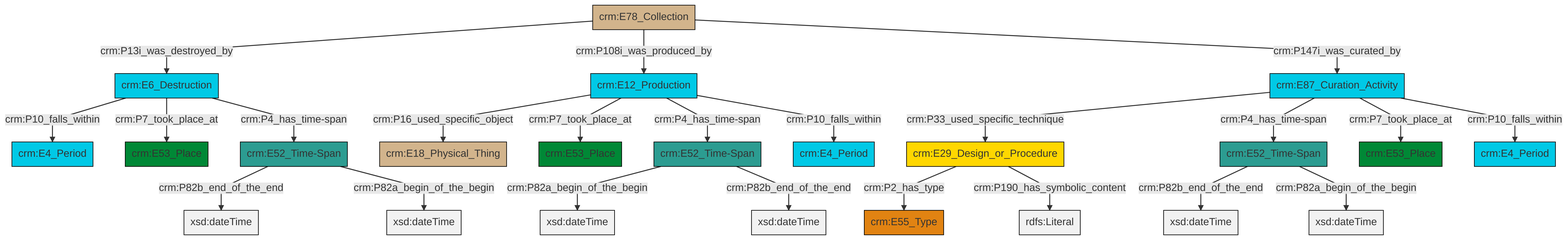
swiss-art-research-net/docs.swissartresearch keeps this Mermaid diagram as et/archivalCSV/ttl/mmd/png/archival_existence.png. Above is the earlier version. Its source is kept beside it as et/archivalCSV/ttl/mmd/archival_existence.ttl.mmd.
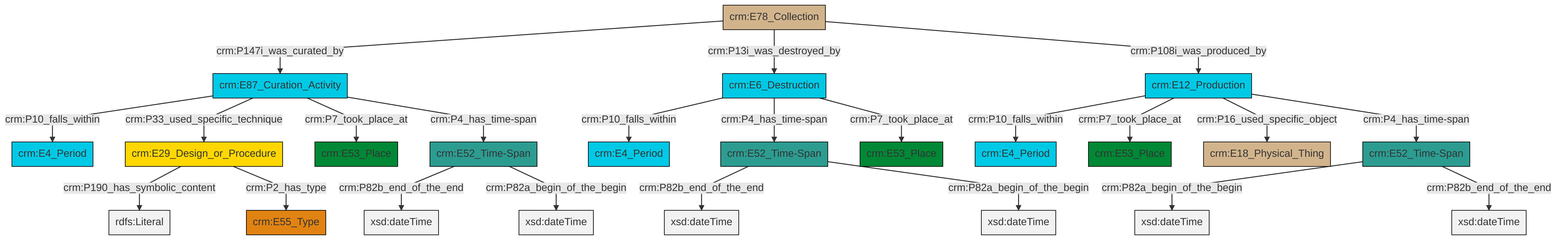
Above is the later version.

Diff of the diagram source:
```diff
@@ -13,25 +13,25 @@
 classDef PC_Classes fill:#4ce600, stroke:#000000;
 classDef Multi fill:#cccccc,stroke:#000000;
 
-0["crm:E52_Time-Span"]:::Time-Span -->|crm:P82a_begin_of_the_begin| 1[xsd:dateTime]:::Literal
-0["crm:E52_Time-Span"]:::Time-Span -->|crm:P82b_end_of_the_end| 2[xsd:dateTime]:::Literal
-3["crm:E29_Design_or_Procedure"]:::Conceptual_Object -->|crm:P2_has_type| 4["crm:E55_Type"]:::Type
-8["crm:E87_Curation_Activity"]:::Temporal_Entity -->|crm:P33_used_specific_technique| 3["crm:E29_Design_or_Procedure"]:::Conceptual_Object
-8["crm:E87_Curation_Activity"]:::Temporal_Entity -->|crm:P4_has_time-span| 9["crm:E52_Time-Span"]:::Time-Span
-3["crm:E29_Design_or_Procedure"]:::Conceptual_Object -->|crm:P190_has_symbolic_content| 15[rdfs:Literal]:::Literal
-16["crm:E6_Destruction"]:::Temporal_Entity -->|crm:P10_falls_within| 17["crm:E4_Period"]:::Temporal_Entity
-18["crm:E12_Production"]:::Temporal_Entity -->|crm:P16_used_specific_object| 19["crm:E18_Physical_Thing"]:::Physical_Thing
-18["crm:E12_Production"]:::Temporal_Entity -->|crm:P7_took_place_at| 11["crm:E53_Place"]:::Place
-18["crm:E12_Production"]:::Temporal_Entity -->|crm:P4_has_time-span| 0["crm:E52_Time-Span"]:::Time-Span
-9["crm:E52_Time-Span"]:::Time-Span -->|crm:P82b_end_of_the_end| 20[xsd:dateTime]:::Literal
-16["crm:E6_Destruction"]:::Temporal_Entity -->|crm:P7_took_place_at| 21["crm:E53_Place"]:::Place
-13["crm:E78_Collection"]:::Physical_Thing -->|crm:P13i_was_destroyed_by| 16["crm:E6_Destruction"]:::Temporal_Entity
-22["crm:E52_Time-Span"]:::Time-Span -->|crm:P82b_end_of_the_end| 23[xsd:dateTime]:::Literal
-22["crm:E52_Time-Span"]:::Time-Span -->|crm:P82a_begin_of_the_begin| 25[xsd:dateTime]:::Literal
-8["crm:E87_Curation_Activity"]:::Temporal_Entity -->|crm:P7_took_place_at| 5["crm:E53_Place"]:::Place
-9["crm:E52_Time-Span"]:::Time-Span -->|crm:P82a_begin_of_the_begin| 29[xsd:dateTime]:::Literal
-16["crm:E6_Destruction"]:::Temporal_Entity -->|crm:P4_has_time-span| 22["crm:E52_Time-Span"]:::Time-Span
-8["crm:E87_Curation_Activity"]:::Temporal_Entity -->|crm:P10_falls_within| 32["crm:E4_Period"]:::Temporal_Entity
-18["crm:E12_Production"]:::Temporal_Entity -->|crm:P10_falls_within| 33["crm:E4_Period"]:::Temporal_Entity
-13["crm:E78_Collection"]:::Physical_Thing -->|crm:P108i_was_produced_by| 18["crm:E12_Production"]:::Temporal_Entity
-13["crm:E78_Collection"]:::Physical_Thing -->|crm:P147i_was_curated_by| 8["crm:E87_Curation_Activity"]:::Temporal_Entity
+0["crm:E52_Time-Span"]:::Time-Span -->|crm:P82b_end_of_the_end| 1[xsd:dateTime]:::Literal
+8["crm:E78_Collection"]:::Physical_Thing -->|crm:P147i_was_curated_by| 2["crm:E87_Curation_Activity"]:::Temporal_Entity
+9["crm:E52_Time-Span"]:::Time-Span -->|crm:P82a_begin_of_the_begin| 10[xsd:dateTime]:::Literal
+6["crm:E29_Design_or_Procedure"]:::Conceptual_Object -->|crm:P190_has_symbolic_content| 11[rdfs:Literal]:::Literal
+2["crm:E87_Curation_Activity"]:::Temporal_Entity -->|crm:P10_falls_within| 12["crm:E4_Period"]:::Temporal_Entity
+13["crm:E12_Production"]:::Temporal_Entity -->|crm:P10_falls_within| 14["crm:E4_Period"]:::Temporal_Entity
+2["crm:E87_Curation_Activity"]:::Temporal_Entity -->|crm:P33_used_specific_technique| 6["crm:E29_Design_or_Procedure"]:::Conceptual_Object
+6["crm:E29_Design_or_Procedure"]:::Conceptual_Object -->|crm:P2_has_type| 17["crm:E55_Type"]:::Type
+8["crm:E78_Collection"]:::Physical_Thing -->|crm:P13i_was_destroyed_by| 4["crm:E6_Destruction"]:::Temporal_Entity
+4["crm:E6_Destruction"]:::Temporal_Entity -->|crm:P10_falls_within| 20["crm:E4_Period"]:::Temporal_Entity
+13["crm:E12_Production"]:::Temporal_Entity -->|crm:P7_took_place_at| 21["crm:E53_Place"]:::Place
+13["crm:E12_Production"]:::Temporal_Entity -->|crm:P16_used_specific_object| 23["crm:E18_Physical_Thing"]:::Physical_Thing
+13["crm:E12_Production"]:::Temporal_Entity -->|crm:P4_has_time-span| 9["crm:E52_Time-Span"]:::Time-Span
+2["crm:E87_Curation_Activity"]:::Temporal_Entity -->|crm:P7_took_place_at| 25["crm:E53_Place"]:::Place
+4["crm:E6_Destruction"]:::Temporal_Entity -->|crm:P4_has_time-span| 15["crm:E52_Time-Span"]:::Time-Span
+4["crm:E6_Destruction"]:::Temporal_Entity -->|crm:P7_took_place_at| 18["crm:E53_Place"]:::Place
+15["crm:E52_Time-Span"]:::Time-Span -->|crm:P82b_end_of_the_end| 32[xsd:dateTime]:::Literal
+8["crm:E78_Collection"]:::Physical_Thing -->|crm:P108i_was_produced_by| 13["crm:E12_Production"]:::Temporal_Entity
+9["crm:E52_Time-Span"]:::Time-Span -->|crm:P82b_end_of_the_end| 36[xsd:dateTime]:::Literal
+2["crm:E87_Curation_Activity"]:::Temporal_Entity -->|crm:P4_has_time-span| 0["crm:E52_Time-Span"]:::Time-Span
+0["crm:E52_Time-Span"]:::Time-Span -->|crm:P82a_begin_of_the_begin| 37[xsd:dateTime]:::Literal
+15["crm:E52_Time-Span"]:::Time-Span -->|crm:P82a_begin_of_the_begin| 38[xsd:dateTime]:::Literal
```
